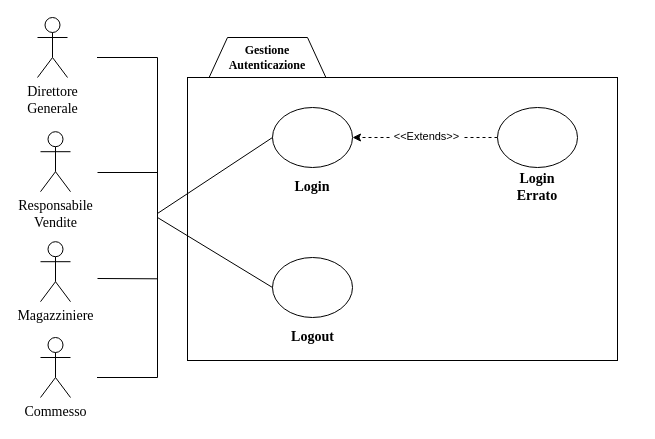
Before: bozze/GestioneAutenticazioneALPHA.drawio in Carmineh/IT-Manager, a draw.io diagram. Source tidied: cells renumbered, new cells numbered last; positions are measured from the earlier drawing's top-left corner, leaving out a move shared by most shapes. Both pictures are drawn from the tidied source at 100%, with x=0, y=0 at pixel (-33, 17).
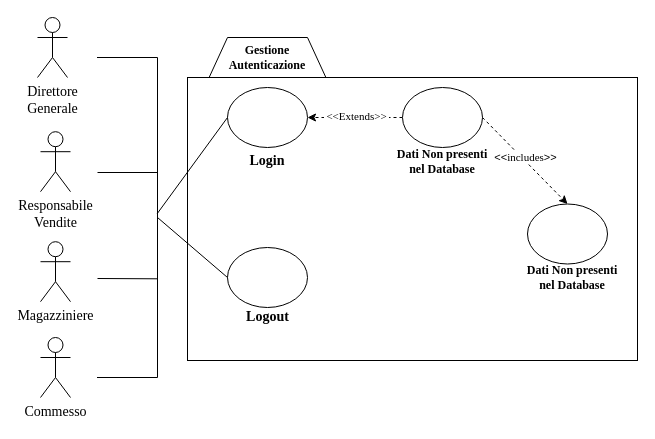
The same page after the edit.

The change refers to these unchanged cells:
```xml
<mxCell id="18" style="endArrow=classic;html=1;dashed=1;entryX=1;entryY=0.5;entryDx=0;entryDy=0;exitX=0;exitY=0.5;exitDx=0;exitDy=0;" parent="1" edge="1" source="20" target="8">
  <mxGeometry relative="1" as="geometry" />
</mxCell>
```

What changed in the source:
```diff
@@
     <mxCell id="7" style="rounded=0;whiteSpace=wrap;html=1;" parent="1" vertex="1">
-      <mxGeometry x="220" y="60" width="430" height="283" as="geometry" />
+      <mxGeometry x="220" y="60" width="450" height="283" as="geometry" />
     </mxCell>
     <mxCell id="8" value="&lt;div&gt;&lt;br&gt;&lt;/div&gt;&lt;div&gt;&lt;br&gt;&lt;/div&gt;&lt;div&gt;&lt;br&gt;&lt;/div&gt;&lt;div&gt;&lt;br&gt;&lt;/div&gt;&lt;div&gt;&lt;br&gt;&lt;/div&gt;&lt;div&gt;&lt;br&gt;&lt;/div&gt;" style="ellipse;whiteSpace=wrap;html=1;" parent="1" vertex="1">
-      <mxGeometry x="305" y="90" width="80" height="60" as="geometry" />
+      <mxGeometry x="260" y="70" width="80" height="60" as="geometry" />
     </mxCell>
     <mxCell id="9" value="&lt;div&gt;&lt;font face=&quot;Times New Roman&quot;&gt;&lt;span style=&quot;font-size: 14px&quot;&gt;&lt;b&gt;Login&lt;/b&gt;&lt;/span&gt;&lt;/font&gt;&lt;/div&gt;" style="text;html=1;strokeColor=none;fillColor=none;align=center;verticalAlign=middle;whiteSpace=wrap;rounded=0;" parent="1" vertex="1">
-      <mxGeometry x="280" y="160" width="130" height="20" as="geometry" />
+      <mxGeometry x="235" y="134.2" width="130" height="20" as="geometry" />
     </mxCell>
     <mxCell id="10" value="&lt;div&gt;&lt;br&gt;&lt;/div&gt;&lt;div&gt;&lt;br&gt;&lt;/div&gt;&lt;div&gt;&lt;br&gt;&lt;/div&gt;&lt;div&gt;&lt;br&gt;&lt;/div&gt;&lt;div&gt;&lt;br&gt;&lt;/div&gt;&lt;div&gt;&lt;br&gt;&lt;/div&gt;" style="ellipse;whiteSpace=wrap;html=1;" parent="1" vertex="1">
-      <mxGeometry x="305" y="240" width="80" height="60" as="geometry" />
+      <mxGeometry x="260" y="230" width="80" height="60" as="geometry" />
     </mxCell>
     <mxCell id="11" value="&lt;div&gt;&lt;font face=&quot;Times New Roman&quot;&gt;&lt;span style=&quot;font-size: 14px&quot;&gt;&lt;b&gt;Logout&lt;/b&gt;&lt;/span&gt;&lt;/font&gt;&lt;/div&gt;" style="text;html=1;strokeColor=none;fillColor=none;align=center;verticalAlign=middle;whiteSpace=wrap;rounded=0;" parent="1" vertex="1">
-      <mxGeometry x="272.5" y="310" width="145" height="20" as="geometry" />
+      <mxGeometry x="227.5" y="290" width="145" height="20" as="geometry" />
     </mxCell>
@@
-    <mxCell id="19" value="&amp;nbsp;&amp;lt;&amp;lt;Extends&amp;gt;&amp;gt;&amp;nbsp;" style="edgeLabel;html=1;align=center;verticalAlign=middle;" parent="18" vertex="1">
+    <mxCell id="19" value="&lt;font face=&quot;Times New Roman&quot;&gt;&amp;nbsp;&amp;lt;&amp;lt;Extends&amp;gt;&amp;gt;&amp;nbsp;&lt;/font&gt;" style="edgeLabel;html=1;align=center;verticalAlign=middle;" parent="18" vertex="1">
       <mxGeometry x="-0.01" y="1" relative="1" as="geometry">
         <mxPoint y="-3" as="offset" />
       </mxGeometry>
     </mxCell>
     <mxCell id="20" value="&lt;div&gt;&lt;br&gt;&lt;/div&gt;&lt;div&gt;&lt;br&gt;&lt;/div&gt;&lt;div&gt;&lt;br&gt;&lt;/div&gt;&lt;div&gt;&lt;br&gt;&lt;/div&gt;&lt;div&gt;&lt;br&gt;&lt;/div&gt;&lt;div&gt;&lt;br&gt;&lt;/div&gt;" style="ellipse;whiteSpace=wrap;html=1;" parent="1" vertex="1">
-      <mxGeometry x="530" y="90" width="80" height="60" as="geometry" />
+      <mxGeometry x="435" y="70" width="80" height="60" as="geometry" />
     </mxCell>
-    <mxCell id="21" value="&lt;div&gt;&lt;font face=&quot;Times New Roman&quot;&gt;&lt;span style=&quot;font-size: 14px&quot;&gt;&lt;b&gt;Login&lt;/b&gt;&lt;/span&gt;&lt;/font&gt;&lt;/div&gt;&lt;div&gt;&lt;font face=&quot;Times New Roman&quot;&gt;&lt;span style=&quot;font-size: 14px&quot;&gt;&lt;b&gt;Errato&lt;/b&gt;&lt;/span&gt;&lt;/font&gt;&lt;/div&gt;" style="text;html=1;strokeColor=none;fillColor=none;align=center;verticalAlign=middle;whiteSpace=wrap;rounded=0;" parent="1" vertex="1">
-      <mxGeometry x="505" y="160" width="130" height="20" as="geometry" />
+    <mxCell id="21" value="&lt;div&gt;&lt;font face=&quot;Times New Roman&quot;&gt;&lt;b&gt;Dati Non presenti&lt;/b&gt;&lt;/font&gt;&lt;/div&gt;&lt;div&gt;&lt;font face=&quot;Times New Roman&quot;&gt;&lt;b&gt;nel Database&lt;/b&gt;&lt;/font&gt;&lt;br&gt;&lt;/div&gt;" style="text;html=1;strokeColor=none;fillColor=none;align=center;verticalAlign=middle;whiteSpace=wrap;rounded=0;" parent="1" vertex="1">
+      <mxGeometry x="410" y="134.2" width="130" height="20" as="geometry" />
     </mxCell>
+    <mxCell id="22" value="&lt;div&gt;&lt;br&gt;&lt;/div&gt;&lt;div&gt;&lt;br&gt;&lt;/div&gt;&lt;div&gt;&lt;br&gt;&lt;/div&gt;&lt;div&gt;&lt;br&gt;&lt;/div&gt;&lt;div&gt;&lt;br&gt;&lt;/div&gt;&lt;div&gt;&lt;br&gt;&lt;/div&gt;" style="ellipse;whiteSpace=wrap;html=1;" parent="1" vertex="1">
+      <mxGeometry x="560" y="186.5" width="80" height="60" as="geometry" />
+    </mxCell>
+    <mxCell id="23" value="&lt;div&gt;&lt;font face=&quot;Times New Roman&quot;&gt;&lt;b&gt;Dati Non presenti&lt;/b&gt;&lt;/font&gt;&lt;/div&gt;&lt;div&gt;&lt;font face=&quot;Times New Roman&quot;&gt;&lt;b&gt;nel Database&lt;/b&gt;&lt;/font&gt;&lt;br&gt;&lt;/div&gt;" style="text;html=1;strokeColor=none;fillColor=none;align=center;verticalAlign=middle;whiteSpace=wrap;rounded=0;" parent="1" vertex="1">
+      <mxGeometry x="540" y="250" width="130" height="20" as="geometry" />
+    </mxCell>
+    <mxCell id="24" style="endArrow=classic;html=1;dashed=1;entryX=0.5;entryY=0;entryDx=0;entryDy=0;exitX=1;exitY=0.5;exitDx=0;exitDy=0;" parent="1" edge="1" source="20" target="22">
+      <mxGeometry relative="1" as="geometry" />
+    </mxCell>
+    <mxCell id="25" value="&amp;nbsp;&amp;lt;&amp;lt;&lt;font face=&quot;Times New Roman&quot;&gt;includes&lt;/font&gt;&amp;gt;&amp;gt;&amp;nbsp;" style="edgeLabel;html=1;align=center;verticalAlign=middle;" parent="24" vertex="1">
+      <mxGeometry x="-0.01" y="1" relative="1" as="geometry">
+        <mxPoint y="-3" as="offset" />
+      </mxGeometry>
+    </mxCell>
```
